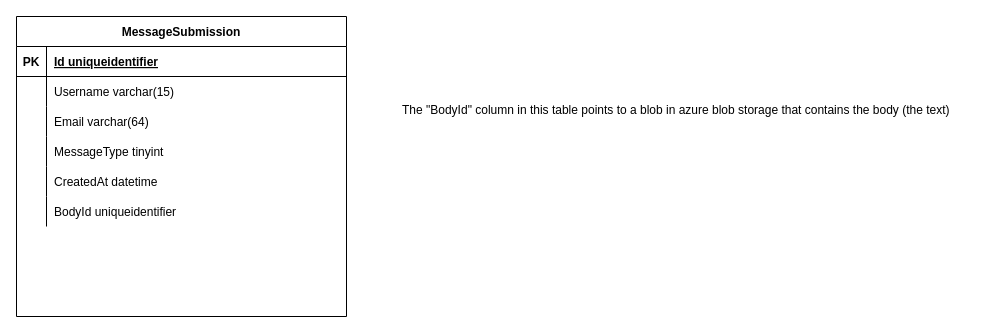
This is page "Message Submissions" (4 of 4) of Cloud Storage Maps/ApexVisualSqlErd.drawio from TimHanewich/ApexVisual.F1_2020, a draw.io file, before an edit. Source tidied: cells renumbered, new cells numbered last; positions are measured from the earlier drawing's top-left corner, leaving out a move shared by most shapes. Both pictures are drawn from the tidied source at 100%, with x=0, y=0 at pixel (16, 16).
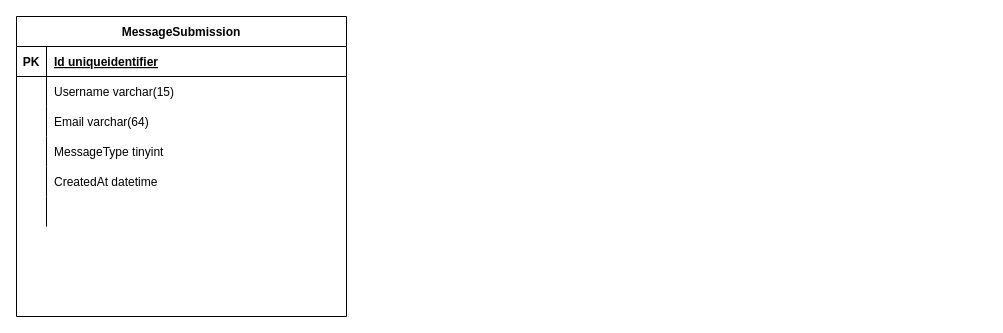
After the change.

Commit message (it also covers changes not shown here):
Removed BodyId column from MessageSubmission

Unchanged cells that the change refers to:
```xml
<mxCell id="18" style="shape=partialRectangle;fillColor=none;top=0;left=0;bottom=0;right=0;" parent="2" vertex="1">
  <mxGeometry y="180" width="330" height="30" as="geometry" />
</mxCell>
```

What changed in the source:
```diff
@@
-    <mxCell id="20" value="BodyId uniqueidentifier" style="shape=partialRectangle;fillColor=none;top=0;left=0;bottom=0;right=0;align=left;spacingLeft=6;overflow=hidden;" parent="18" vertex="1">
+    <mxCell id="20" style="shape=partialRectangle;fillColor=none;top=0;left=0;bottom=0;right=0;align=left;spacingLeft=6;overflow=hidden;" parent="18" vertex="1">
       <mxGeometry x="30" width="300" height="30" as="geometry" />
     </mxCell>
-    <mxCell id="21" value="The &quot;BodyId&quot; column in this table points to a blob in azure blob storage that contains the body (the text)" style="text;strokeColor=none;fillColor=none;spacingLeft=4;spacingRight=4;overflow=hidden;fontSize=12;" parent="1" vertex="1">
-      <mxGeometry x="380" y="80" width="590" height="140" as="geometry" />
-    </mxCell>
```
